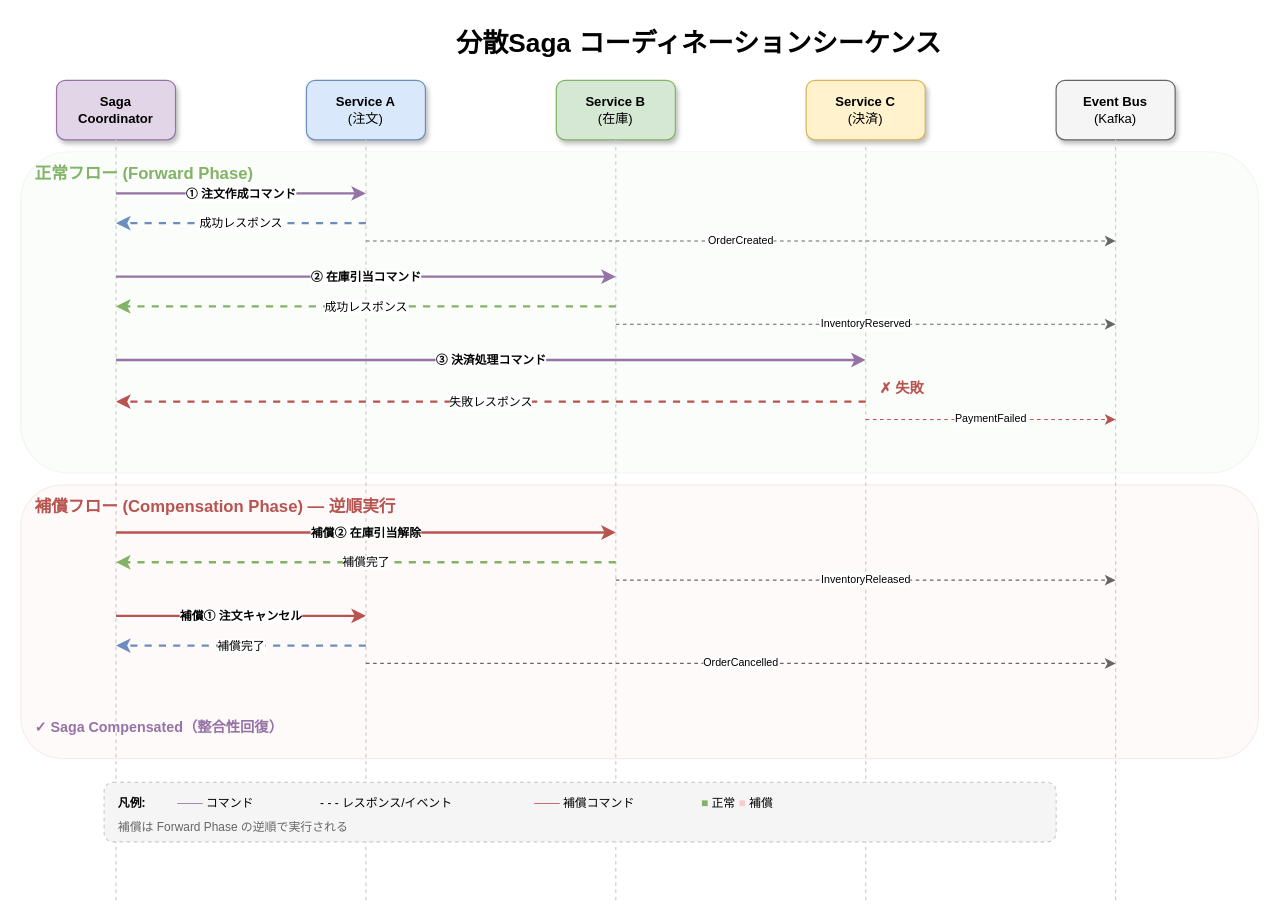
The draw.io diagram docs/libraries/resilience/images/saga-distributed-coordination-sequence.drawio in RyuheiKiso/k1s0, before the edit. Source tidied: cells renumbered, new cells numbered last; positions are measured from the earlier drawing's top-left corner, leaving out a move shared by most shapes. Both pictures are drawn from the tidied source at 119%, with x=0, y=0 at pixel (20, 20).
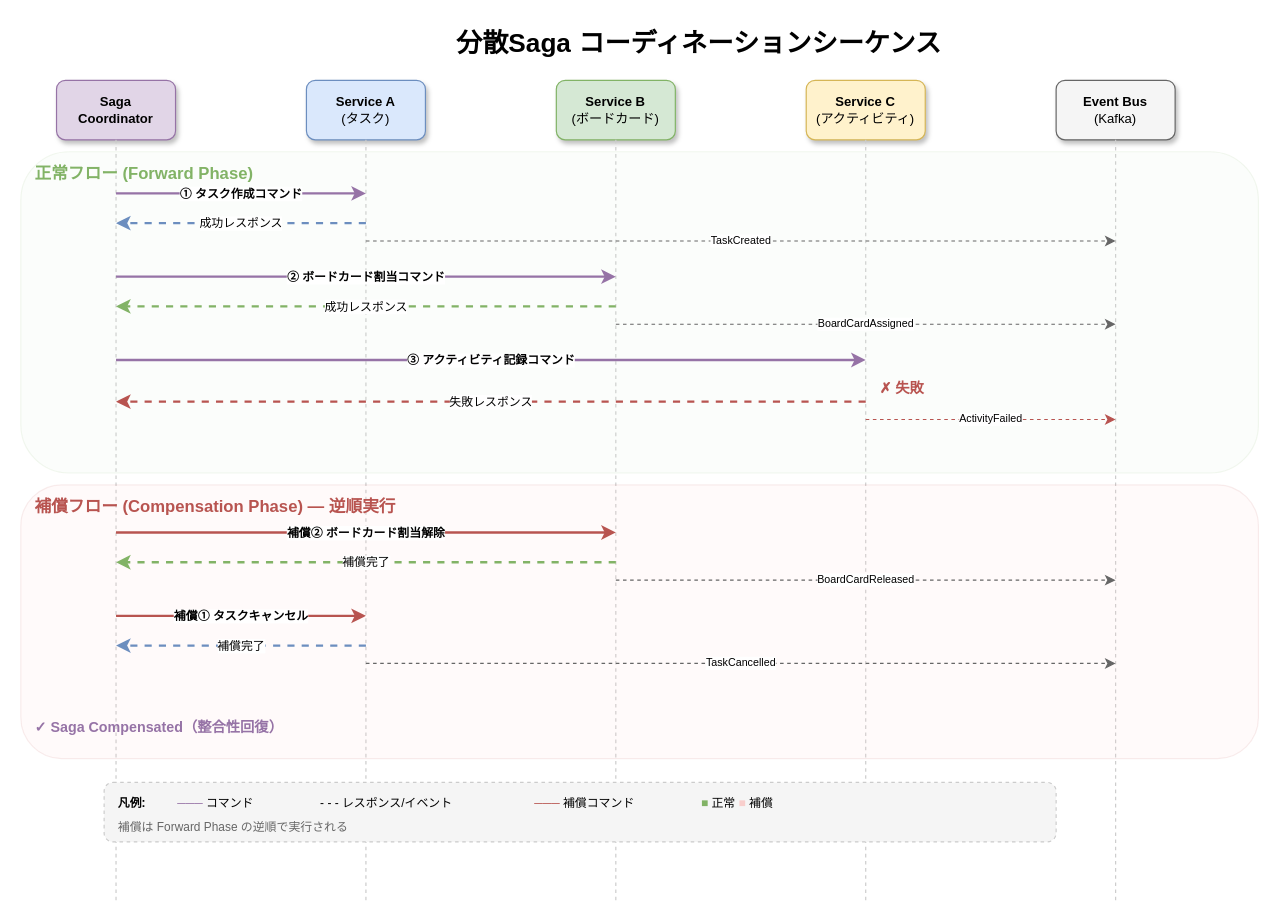
Above is the later version.

Change to the diagram source:
```diff
@@
-    <mxCell id="4" value="&lt;b&gt;Service A&lt;/b&gt;&lt;br&gt;(注文)" style="rounded=1;whiteSpace=wrap;html=1;shadow=1;fillColor=#DAE8FC;strokeColor=#6C8EBF;fontSize=11;" parent="1" vertex="1">
+    <mxCell id="4" value="&lt;b&gt;Service A&lt;/b&gt;&lt;br&gt;(タスク)" style="rounded=1;whiteSpace=wrap;html=1;shadow=1;fillColor=#DAE8FC;strokeColor=#6C8EBF;fontSize=11;" parent="1" vertex="1">
       <mxGeometry x="240" y="50" width="100" height="50" as="geometry" />
     </mxCell>
-    <mxCell id="5" value="&lt;b&gt;Service B&lt;/b&gt;&lt;br&gt;(在庫)" style="rounded=1;whiteSpace=wrap;html=1;shadow=1;fillColor=#D5E8D4;strokeColor=#82B366;fontSize=11;" parent="1" vertex="1">
+    <mxCell id="5" value="&lt;b&gt;Service B&lt;/b&gt;&lt;br&gt;(ボードカード)" style="rounded=1;whiteSpace=wrap;html=1;shadow=1;fillColor=#D5E8D4;strokeColor=#82B366;fontSize=11;" parent="1" vertex="1">
       <mxGeometry x="450" y="50" width="100" height="50" as="geometry" />
     </mxCell>
-    <mxCell id="6" value="&lt;b&gt;Service C&lt;/b&gt;&lt;br&gt;(決済)" style="rounded=1;whiteSpace=wrap;html=1;shadow=1;fillColor=#FFF2CC;strokeColor=#D6B656;fontSize=11;" parent="1" vertex="1">
+    <mxCell id="6" value="&lt;b&gt;Service C&lt;/b&gt;&lt;br&gt;(アクティビティ)" style="rounded=1;whiteSpace=wrap;html=1;shadow=1;fillColor=#FFF2CC;strokeColor=#D6B656;fontSize=11;" parent="1" vertex="1">
       <mxGeometry x="660" y="50" width="100" height="50" as="geometry" />
     </mxCell>
@@
-    <mxCell id="15" value="① 注文作成コマンド" style="html=1;strokeWidth=2;strokeColor=#9673A6;fontSize=10;fontStyle=1;" parent="1" edge="1">
+    <mxCell id="15" value="① タスク作成コマンド" style="html=1;strokeWidth=2;strokeColor=#9673A6;fontSize=10;fontStyle=1;" parent="1" edge="1">
       <mxGeometry relative="1" as="geometry">
         <mxPoint x="80" y="145" as="sourcePoint" />
         <mxPoint x="290" y="145" as="targetPoint" />
       </mxGeometry>
     </mxCell>
@@
-    <mxCell id="17" value="OrderCreated" style="html=1;strokeWidth=1;strokeColor=#666666;fontSize=9;dashed=1;" parent="1" edge="1">
+    <mxCell id="17" value="TaskCreated" style="html=1;strokeWidth=1;strokeColor=#666666;fontSize=9;dashed=1;" parent="1" edge="1">
       <mxGeometry relative="1" as="geometry">
         <mxPoint x="290" y="185" as="sourcePoint" />
         <mxPoint x="920" y="185" as="targetPoint" />
       </mxGeometry>
     </mxCell>
-    <mxCell id="18" value="② 在庫引当コマンド" style="html=1;strokeWidth=2;strokeColor=#9673A6;fontSize=10;fontStyle=1;" parent="1" edge="1">
+    <mxCell id="18" value="② ボードカード割当コマンド" style="html=1;strokeWidth=2;strokeColor=#9673A6;fontSize=10;fontStyle=1;" parent="1" edge="1">
       <mxGeometry relative="1" as="geometry">
         <mxPoint x="80" y="215" as="sourcePoint" />
         <mxPoint x="500" y="215" as="targetPoint" />
       </mxGeometry>
     </mxCell>
@@
-    <mxCell id="20" value="InventoryReserved" style="html=1;strokeWidth=1;strokeColor=#666666;fontSize=9;dashed=1;" parent="1" edge="1">
+    <mxCell id="20" value="BoardCardAssigned" style="html=1;strokeWidth=1;strokeColor=#666666;fontSize=9;dashed=1;" parent="1" edge="1">
       <mxGeometry relative="1" as="geometry">
         <mxPoint x="500" y="255" as="sourcePoint" />
         <mxPoint x="920" y="255" as="targetPoint" />
       </mxGeometry>
     </mxCell>
-    <mxCell id="21" value="③ 決済処理コマンド" style="html=1;strokeWidth=2;strokeColor=#9673A6;fontSize=10;fontStyle=1;" parent="1" edge="1">
+    <mxCell id="21" value="③ アクティビティ記録コマンド" style="html=1;strokeWidth=2;strokeColor=#9673A6;fontSize=10;fontStyle=1;" parent="1" edge="1">
       <mxGeometry relative="1" as="geometry">
         <mxPoint x="80" y="285" as="sourcePoint" />
         <mxPoint x="710" y="285" as="targetPoint" />
       </mxGeometry>
     </mxCell>
@@
-    <mxCell id="24" value="PaymentFailed" style="html=1;strokeWidth=1;strokeColor=#B85450;fontSize=9;dashed=1;" parent="1" edge="1">
+    <mxCell id="24" value="ActivityFailed" style="html=1;strokeWidth=1;strokeColor=#B85450;fontSize=9;dashed=1;" parent="1" edge="1">
       <mxGeometry relative="1" as="geometry">
         <mxPoint x="710" y="335" as="sourcePoint" />
         <mxPoint x="920" y="335" as="targetPoint" />
       </mxGeometry>
     </mxCell>
@@
-    <mxCell id="27" value="補償② 在庫引当解除" style="html=1;strokeWidth=2;strokeColor=#B85450;fontSize=10;fontStyle=1;" parent="1" edge="1">
+    <mxCell id="27" value="補償② ボードカード割当解除" style="html=1;strokeWidth=2;strokeColor=#B85450;fontSize=10;fontStyle=1;" parent="1" edge="1">
       <mxGeometry relative="1" as="geometry">
         <mxPoint x="80" y="430" as="sourcePoint" />
         <mxPoint x="500" y="430" as="targetPoint" />
       </mxGeometry>
     </mxCell>
@@
-    <mxCell id="29" value="InventoryReleased" style="html=1;strokeWidth=1;strokeColor=#666666;fontSize=9;dashed=1;" parent="1" edge="1">
+    <mxCell id="29" value="BoardCardReleased" style="html=1;strokeWidth=1;strokeColor=#666666;fontSize=9;dashed=1;" parent="1" edge="1">
       <mxGeometry relative="1" as="geometry">
         <mxPoint x="500" y="470" as="sourcePoint" />
         <mxPoint x="920" y="470" as="targetPoint" />
       </mxGeometry>
     </mxCell>
-    <mxCell id="30" value="補償① 注文キャンセル" style="html=1;strokeWidth=2;strokeColor=#B85450;fontSize=10;fontStyle=1;" parent="1" edge="1">
+    <mxCell id="30" value="補償① タスクキャンセル" style="html=1;strokeWidth=2;strokeColor=#B85450;fontSize=10;fontStyle=1;" parent="1" edge="1">
       <mxGeometry relative="1" as="geometry">
         <mxPoint x="80" y="500" as="sourcePoint" />
         <mxPoint x="290" y="500" as="targetPoint" />
       </mxGeometry>
     </mxCell>
@@
-    <mxCell id="32" value="OrderCancelled" style="html=1;strokeWidth=1;strokeColor=#666666;fontSize=9;dashed=1;" parent="1" edge="1">
+    <mxCell id="32" value="TaskCancelled" style="html=1;strokeWidth=1;strokeColor=#666666;fontSize=9;dashed=1;" parent="1" edge="1">
       <mxGeometry relative="1" as="geometry">
         <mxPoint x="290" y="540" as="sourcePoint" />
         <mxPoint x="920" y="540" as="targetPoint" />
       </mxGeometry>
     </mxCell>
```
